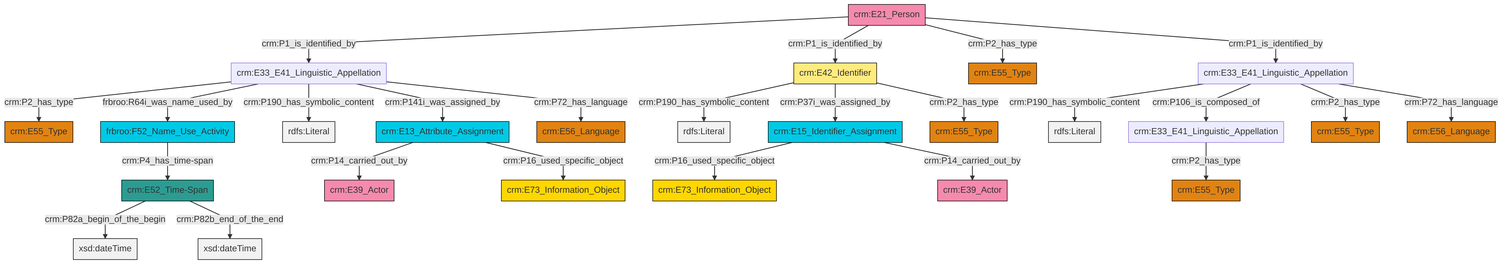
Above: et/personCSV/ttl/mmd/png/Person_Names_and_Classification.png in swiss-art-research-net/reference-data-models (Mermaid), before the change. Its source is kept beside it as et/personCSV/ttl/mmd/Person_Names_and_Classification.ttl.mmd.
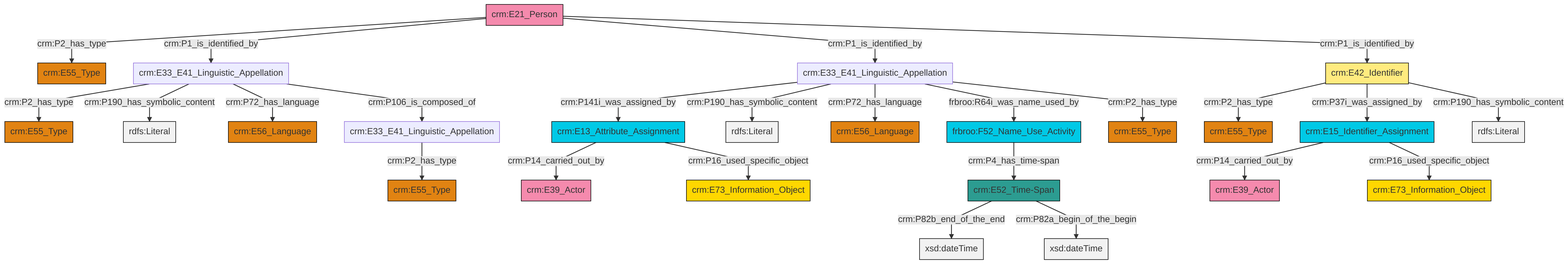
The same diagram one commit later.

Change to the diagram source:
```diff
@@ -13,27 +13,27 @@
 classDef PC_Classes fill:#4ce600, stroke:#000000;
 classDef Multi fill:#cccccc,stroke:#000000;
 
-2["crm:E15_Identifier_Assignment"]:::Temporal_Entity -->|crm:P16_used_specific_object| 3["crm:E73_Information_Object"]:::Conceptual_Object
-4["frbroo:F52_Name_Use_Activity"]:::Temporal_Entity -->|crm:P4_has_time-span| 5["crm:E52_Time-Span"]:::Time-Span
-8["crm:E33_E41_Linguistic_Appellation"]:::Default -->|crm:P190_has_symbolic_content| 9[rdfs:Literal]:::Literal
-12["crm:E21_Person"]:::Actor -->|crm:P1_is_identified_by| 6["crm:E33_E41_Linguistic_Appellation"]:::Default
-8["crm:E33_E41_Linguistic_Appellation"]:::Default -->|crm:P106_is_composed_of| 17["crm:E33_E41_Linguistic_Appellation"]:::Default
-12["crm:E21_Person"]:::Actor -->|crm:P1_is_identified_by| 18["crm:E42_Identifier"]:::Appellation
-5["crm:E52_Time-Span"]:::Time-Span -->|crm:P82a_begin_of_the_begin| 19[xsd:dateTime]:::Literal
-22["crm:E13_Attribute_Assignment"]:::Temporal_Entity -->|crm:P14_carried_out_by| 13["crm:E39_Actor"]:::Actor
-22["crm:E13_Attribute_Assignment"]:::Temporal_Entity -->|crm:P16_used_specific_object| 24["crm:E73_Information_Object"]:::Conceptual_Object
-6["crm:E33_E41_Linguistic_Appellation"]:::Default -->|crm:P2_has_type| 29["crm:E55_Type"]:::Type
-6["crm:E33_E41_Linguistic_Appellation"]:::Default -->|frbroo:R64i_was_name_used_by| 4["frbroo:F52_Name_Use_Activity"]:::Temporal_Entity
-12["crm:E21_Person"]:::Actor -->|crm:P2_has_type| 30["crm:E55_Type"]:::Type
-6["crm:E33_E41_Linguistic_Appellation"]:::Default -->|crm:P190_has_symbolic_content| 33[rdfs:Literal]:::Literal
-8["crm:E33_E41_Linguistic_Appellation"]:::Default -->|crm:P2_has_type| 10["crm:E55_Type"]:::Type
-17["crm:E33_E41_Linguistic_Appellation"]:::Default -->|crm:P2_has_type| 27["crm:E55_Type"]:::Type
-12["crm:E21_Person"]:::Actor -->|crm:P1_is_identified_by| 8["crm:E33_E41_Linguistic_Appellation"]:::Default
-18["crm:E42_Identifier"]:::Appellation -->|crm:P190_has_symbolic_content| 35[rdfs:Literal]:::Literal
-18["crm:E42_Identifier"]:::Appellation -->|crm:P37i_was_assigned_by| 2["crm:E15_Identifier_Assignment"]:::Temporal_Entity
-6["crm:E33_E41_Linguistic_Appellation"]:::Default -->|crm:P141i_was_assigned_by| 22["crm:E13_Attribute_Assignment"]:::Temporal_Entity
-8["crm:E33_E41_Linguistic_Appellation"]:::Default -->|crm:P72_has_language| 20["crm:E56_Language"]:::Type
-6["crm:E33_E41_Linguistic_Appellation"]:::Default -->|crm:P72_has_language| 15["crm:E56_Language"]:::Type
-2["crm:E15_Identifier_Assignment"]:::Temporal_Entity -->|crm:P14_carried_out_by| 38["crm:E39_Actor"]:::Actor
-18["crm:E42_Identifier"]:::Appellation -->|crm:P2_has_type| 0["crm:E55_Type"]:::Type
-5["crm:E52_Time-Span"]:::Time-Span -->|crm:P82b_end_of_the_end| 46[xsd:dateTime]:::Literal
+0["crm:E21_Person"]:::Actor -->|crm:P2_has_type| 1["crm:E55_Type"]:::Type
+2["crm:E33_E41_Linguistic_Appellation"]:::Default -->|crm:P141i_was_assigned_by| 3["crm:E13_Attribute_Assignment"]:::Temporal_Entity
+6["crm:E42_Identifier"]:::Appellation -->|crm:P2_has_type| 7["crm:E55_Type"]:::Type
+12["crm:E15_Identifier_Assignment"]:::Temporal_Entity -->|crm:P14_carried_out_by| 13["crm:E39_Actor"]:::Actor
+0["crm:E21_Person"]:::Actor -->|crm:P1_is_identified_by| 15["crm:E33_E41_Linguistic_Appellation"]:::Default
+3["crm:E13_Attribute_Assignment"]:::Temporal_Entity -->|crm:P14_carried_out_by| 16["crm:E39_Actor"]:::Actor
+6["crm:E42_Identifier"]:::Appellation -->|crm:P37i_was_assigned_by| 12["crm:E15_Identifier_Assignment"]:::Temporal_Entity
+6["crm:E42_Identifier"]:::Appellation -->|crm:P190_has_symbolic_content| 26[rdfs:Literal]:::Literal
+3["crm:E13_Attribute_Assignment"]:::Temporal_Entity -->|crm:P16_used_specific_object| 22["crm:E73_Information_Object"]:::Conceptual_Object
+0["crm:E21_Person"]:::Actor -->|crm:P1_is_identified_by| 2["crm:E33_E41_Linguistic_Appellation"]:::Default
+15["crm:E33_E41_Linguistic_Appellation"]:::Default -->|crm:P2_has_type| 4["crm:E55_Type"]:::Type
+12["crm:E15_Identifier_Assignment"]:::Temporal_Entity -->|crm:P16_used_specific_object| 30["crm:E73_Information_Object"]:::Conceptual_Object
+31["crm:E52_Time-Span"]:::Time-Span -->|crm:P82b_end_of_the_end| 32[xsd:dateTime]:::Literal
+2["crm:E33_E41_Linguistic_Appellation"]:::Default -->|crm:P190_has_symbolic_content| 35[rdfs:Literal]:::Literal
+15["crm:E33_E41_Linguistic_Appellation"]:::Default -->|crm:P190_has_symbolic_content| 37[rdfs:Literal]:::Literal
+15["crm:E33_E41_Linguistic_Appellation"]:::Default -->|crm:P72_has_language| 10["crm:E56_Language"]:::Type
+0["crm:E21_Person"]:::Actor -->|crm:P1_is_identified_by| 6["crm:E42_Identifier"]:::Appellation
+2["crm:E33_E41_Linguistic_Appellation"]:::Default -->|crm:P72_has_language| 27["crm:E56_Language"]:::Type
+31["crm:E52_Time-Span"]:::Time-Span -->|crm:P82a_begin_of_the_begin| 44[xsd:dateTime]:::Literal
+15["crm:E33_E41_Linguistic_Appellation"]:::Default -->|crm:P106_is_composed_of| 8["crm:E33_E41_Linguistic_Appellation"]:::Default
+20["frbroo:F52_Name_Use_Activity"]:::Temporal_Entity -->|crm:P4_has_time-span| 31["crm:E52_Time-Span"]:::Time-Span
+2["crm:E33_E41_Linguistic_Appellation"]:::Default -->|frbroo:R64i_was_name_used_by| 20["frbroo:F52_Name_Use_Activity"]:::Temporal_Entity
+2["crm:E33_E41_Linguistic_Appellation"]:::Default -->|crm:P2_has_type| 18["crm:E55_Type"]:::Type
+8["crm:E33_E41_Linguistic_Appellation"]:::Default -->|crm:P2_has_type| 42["crm:E55_Type"]:::Type
```
